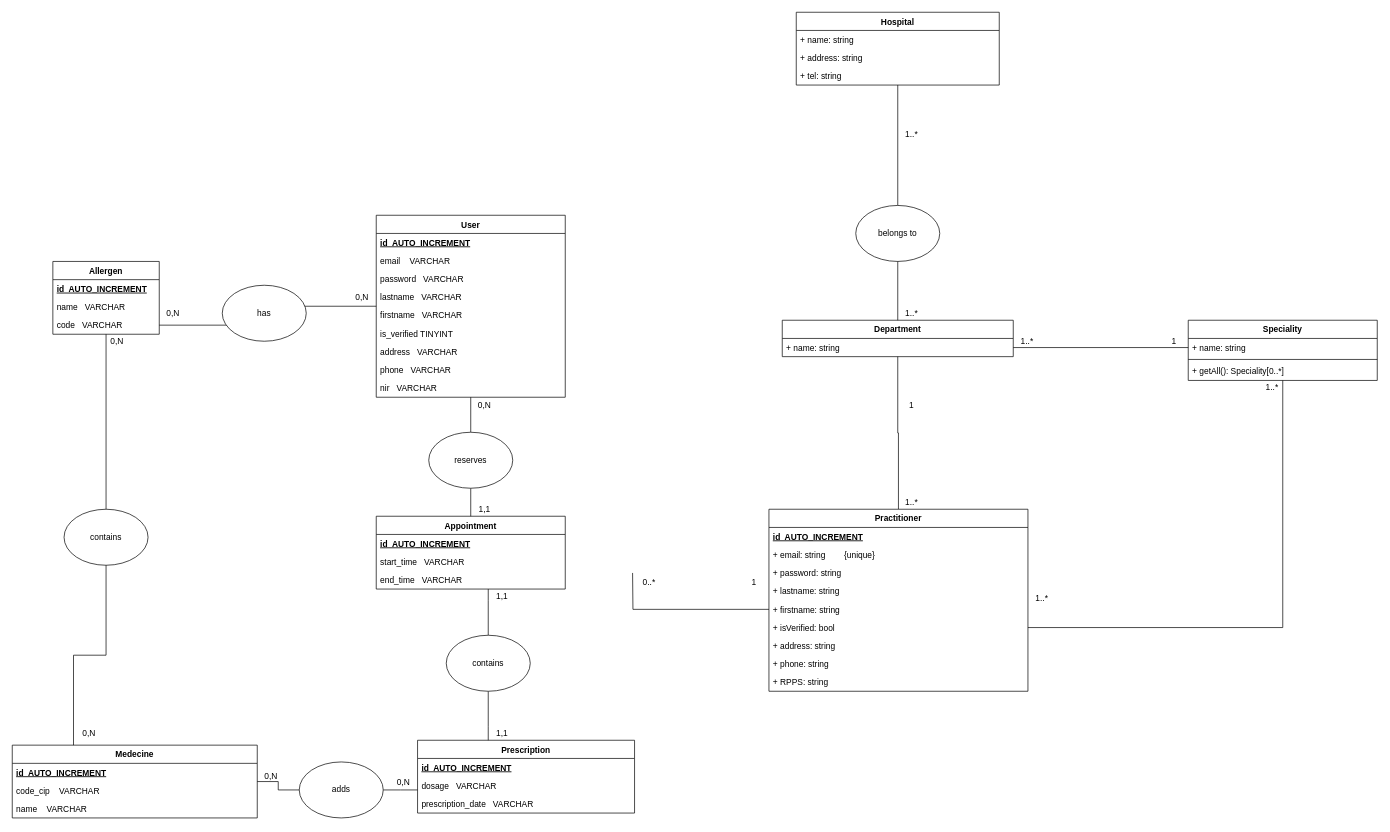
Above: page "MCD" (5 of 8) of wecare.drawio in pptech-ds/CDA-JS-WeCare (draw.io), before the change. Source tidied: cells renumbered, new cells numbered last; positions are measured from the earlier drawing's top-left corner, leaving out a move shared by most shapes. Both pictures are drawn from the tidied source at 70%, with x=0, y=0 at pixel (12, 12).
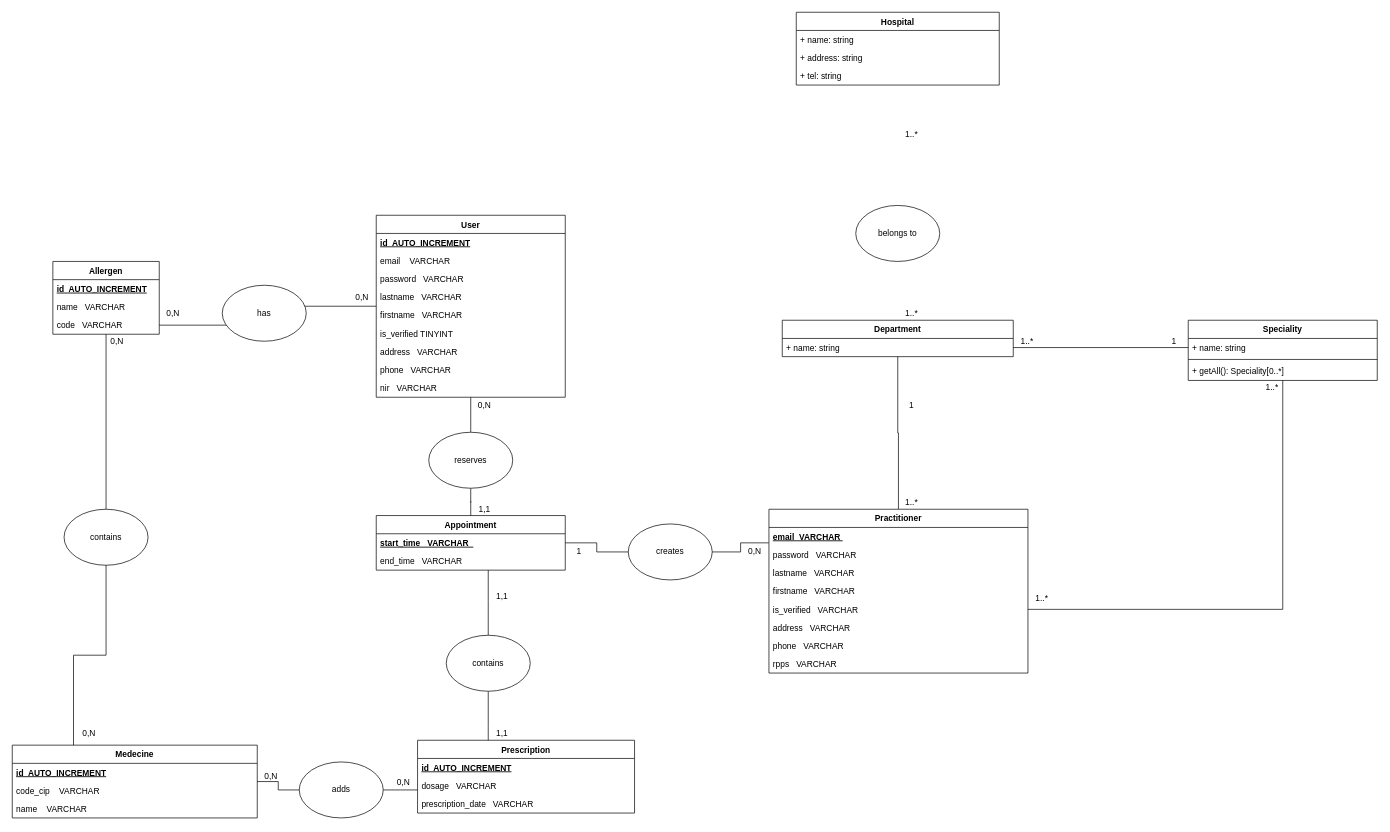
Above is the later version.

Unchanged cells that the change refers to:
```xml
<mxCell id="16" value="Hospital" style="swimlane;fontStyle=1;align=center;verticalAlign=top;horizontal=1;startSize=26;" parent="1" vertex="1">
  <mxGeometry x="1120" width="290" height="104" as="geometry" />
</mxCell>
<mxCell id="21" value="Department" style="swimlane;fontStyle=1;align=center;verticalAlign=top;horizontal=1;startSize=26;" parent="1" vertex="1">
  <mxGeometry x="1100" y="440" width="330" height="52" as="geometry" />
</mxCell>
<mxCell id="87" value="belongs to" style="ellipse;whiteSpace=wrap;html=1;" parent="1" vertex="1">
  <mxGeometry x="1205" y="276" width="120" height="80" as="geometry" />
</mxCell>
```

What changed in the source:
```diff
@@
-    <mxCell id="20" style="edgeStyle=orthogonalEdgeStyle;rounded=0;jettySize=auto;html=1;exitX=0.5;exitY=0;exitDx=0;exitDy=0;startArrow=none;startFill=0;endArrow=none;endFill=0;endSize=10;" parent="1" edge="1" source="87" target="16">
-      <mxGeometry relative="1" as="geometry" />
-    </mxCell>
@@
     <mxCell id="24" value="Practitioner" style="swimlane;fontStyle=1;align=center;verticalAlign=top;horizontal=1;startSize=26;" parent="1" vertex="1">
-      <mxGeometry x="1081" y="710" width="370" height="260" as="geometry" />
+      <mxGeometry x="1081" y="710" width="370" height="234" as="geometry" />
     </mxCell>
-    <mxCell id="25" value="id  AUTO_INCREMENT" style="text;strokeColor=none;fillColor=none;align=left;verticalAlign=top;spacingLeft=4;spacingRight=4;overflow=hidden;fontStyle=5;" parent="24" vertex="1">
-      <mxGeometry y="26" width="370" height="26" as="geometry" />
-    </mxCell>
-    <mxCell id="26" value="+ email: string        {unique}  " style="text;strokeColor=none;fillColor=none;align=left;verticalAlign=top;spacingLeft=4;spacingRight=4;overflow=hidden;points=[[0,0.5],[1,0.5]];portConstraint=eastwest;" parent="24" vertex="1">
-      <mxGeometry y="52" width="370" height="26" as="geometry" />
+    <mxCell id="26" value="email  VARCHAR " style="text;strokeColor=none;fillColor=none;align=left;verticalAlign=top;spacingLeft=4;spacingRight=4;overflow=hidden;points=[[0,0.5],[1,0.5]];portConstraint=eastwest;fontStyle=5;" parent="24" vertex="1">
+      <mxGeometry y="26" width="370" height="26" as="geometry" />
     </mxCell>
-    <mxCell id="27" value="+ password: string " style="text;strokeColor=none;fillColor=none;align=left;verticalAlign=top;spacingLeft=4;spacingRight=4;overflow=hidden;" parent="24" vertex="1">
-      <mxGeometry y="78" width="370" height="26" as="geometry" />
+    <mxCell id="27" value="password   VARCHAR" style="text;strokeColor=none;fillColor=none;align=left;verticalAlign=top;spacingLeft=4;spacingRight=4;overflow=hidden;" parent="24" vertex="1">
+      <mxGeometry y="52" width="370" height="26" as="geometry" />
     </mxCell>
-    <mxCell id="28" value="+ lastname: string " style="text;strokeColor=none;fillColor=none;align=left;verticalAlign=top;spacingLeft=4;spacingRight=4;overflow=hidden;" parent="24" vertex="1">
-      <mxGeometry y="104" width="370" height="26" as="geometry" />
+    <mxCell id="28" value="lastname   VARCHAR" style="text;strokeColor=none;fillColor=none;align=left;verticalAlign=top;spacingLeft=4;spacingRight=4;overflow=hidden;" parent="24" vertex="1">
+      <mxGeometry y="78" width="370" height="26" as="geometry" />
     </mxCell>
-    <mxCell id="29" value="+ firstname: string&#10;  " style="text;strokeColor=none;fillColor=none;align=left;verticalAlign=top;spacingLeft=4;spacingRight=4;overflow=hidden;points=[[0,0.5],[1,0.5]];portConstraint=eastwest;" parent="24" vertex="1">
-      <mxGeometry y="130" width="370" height="26" as="geometry" />
+    <mxCell id="29" value="firstname   VARCHAR&#10;  " style="text;strokeColor=none;fillColor=none;align=left;verticalAlign=top;spacingLeft=4;spacingRight=4;overflow=hidden;points=[[0,0.5],[1,0.5]];portConstraint=eastwest;" parent="24" vertex="1">
+      <mxGeometry y="104" width="370" height="26" as="geometry" />
     </mxCell>
-    <mxCell id="30" value="+ isVerified: bool  " style="text;strokeColor=none;fillColor=none;align=left;verticalAlign=top;spacingLeft=4;spacingRight=4;overflow=hidden;points=[[0,0.5],[1,0.5]];portConstraint=eastwest;" parent="24" vertex="1">
-      <mxGeometry y="156" width="370" height="26" as="geometry" />
+    <mxCell id="30" value="is_verified   VARCHAR" style="text;strokeColor=none;fillColor=none;align=left;verticalAlign=top;spacingLeft=4;spacingRight=4;overflow=hidden;points=[[0,0.5],[1,0.5]];portConstraint=eastwest;" parent="24" vertex="1">
+      <mxGeometry y="130" width="370" height="26" as="geometry" />
     </mxCell>
-    <mxCell id="31" value="+ address: string  " style="text;strokeColor=none;fillColor=none;align=left;verticalAlign=top;spacingLeft=4;spacingRight=4;overflow=hidden;" parent="24" vertex="1">
-      <mxGeometry y="182" width="370" height="26" as="geometry" />
+    <mxCell id="31" value="address   VARCHAR " style="text;strokeColor=none;fillColor=none;align=left;verticalAlign=top;spacingLeft=4;spacingRight=4;overflow=hidden;" parent="24" vertex="1">
+      <mxGeometry y="156" width="370" height="26" as="geometry" />
     </mxCell>
-    <mxCell id="32" value="+ phone: string  " style="text;strokeColor=none;fillColor=none;align=left;verticalAlign=top;spacingLeft=4;spacingRight=4;overflow=hidden;" parent="24" vertex="1">
-      <mxGeometry y="208" width="370" height="26" as="geometry" />
+    <mxCell id="32" value="phone   VARCHAR" style="text;strokeColor=none;fillColor=none;align=left;verticalAlign=top;spacingLeft=4;spacingRight=4;overflow=hidden;" parent="24" vertex="1">
+      <mxGeometry y="182" width="370" height="26" as="geometry" />
     </mxCell>
-    <mxCell id="33" value="+ RPPS: string  " style="text;strokeColor=none;fillColor=none;align=left;verticalAlign=top;spacingLeft=4;spacingRight=4;overflow=hidden;" parent="24" vertex="1">
-      <mxGeometry y="234" width="370" height="26" as="geometry" />
+    <mxCell id="33" value="rpps   VARCHAR" style="text;strokeColor=none;fillColor=none;align=left;verticalAlign=top;spacingLeft=4;spacingRight=4;overflow=hidden;" parent="24" vertex="1">
+      <mxGeometry y="208" width="370" height="26" as="geometry" />
     </mxCell>
@@
     <mxCell id="42" value="Appointment" style="swimlane;fontStyle=1;align=center;verticalAlign=top;horizontal=1;startSize=26;" parent="1" vertex="1">
-      <mxGeometry x="520" y="720" width="270" height="104" as="geometry" />
+      <mxGeometry x="520" y="719" width="270" height="78" as="geometry" />
     </mxCell>
-    <mxCell id="43" value="id  AUTO_INCREMENT" style="text;strokeColor=none;fillColor=none;align=left;verticalAlign=top;spacingLeft=4;spacingRight=4;overflow=hidden;fontStyle=5;" parent="42" vertex="1">
-      <mxGeometry y="26" width="270" height="26" as="geometry" />
-    </mxCell>
-    <mxCell id="44" value="start_time   VARCHAR  " style="text;strokeColor=none;fillColor=none;align=left;verticalAlign=top;spacingLeft=4;spacingRight=4;overflow=hidden;points=[[0,0.5],[1,0.5]];portConstraint=eastwest;" parent="42" vertex="1">
-      <mxGeometry y="52" width="270" height="26" as="geometry" />
+    <mxCell id="44" value="start_time   VARCHAR  " style="text;strokeColor=none;fillColor=none;align=left;verticalAlign=top;spacingLeft=4;spacingRight=4;overflow=hidden;points=[[0,0.5],[1,0.5]];portConstraint=eastwest;fontStyle=5;" parent="42" vertex="1">
+      <mxGeometry y="26" width="270" height="26" as="geometry" />
     </mxCell>
     <mxCell id="45" value="end_time   VARCHAR  " style="text;strokeColor=none;fillColor=none;align=left;verticalAlign=top;spacingLeft=4;spacingRight=4;overflow=hidden;" parent="42" vertex="1">
-      <mxGeometry y="78" width="270" height="26" as="geometry" />
+      <mxGeometry y="52" width="270" height="26" as="geometry" />
     </mxCell>
@@
-    <mxCell id="60" style="edgeStyle=orthogonalEdgeStyle;rounded=0;jettySize=auto;html=1;exitX=0;exitY=0.5;exitDx=0;exitDy=0;entryX=0.994;entryY=-0.192;entryDx=0;entryDy=0;entryPerimeter=0;startArrow=none;startFill=0;endArrow=none;endFill=0;endSize=10;" parent="1" edge="1" source="29">
-      <mxGeometry relative="1" as="geometry">
-        <mxPoint x="886.2" y="801" as="targetPoint" />
-      </mxGeometry>
-    </mxCell>
-    <mxCell id="61" value="0..*" style="text;html=1;strokeColor=none;fillColor=none;align=center;verticalAlign=middle;whiteSpace=wrap;rounded=0;" parent="1" vertex="1">
-      <mxGeometry x="890" y="805" width="40" height="20" as="geometry" />
+    <mxCell id="61" value="1" style="text;html=1;strokeColor=none;fillColor=none;align=center;verticalAlign=middle;whiteSpace=wrap;rounded=0;" parent="1" vertex="1">
+      <mxGeometry x="790" y="761" width="40" height="20" as="geometry" />
     </mxCell>
-    <mxCell id="62" value="1" style="text;html=1;strokeColor=none;fillColor=none;align=center;verticalAlign=middle;whiteSpace=wrap;rounded=0;" parent="1" vertex="1">
-      <mxGeometry x="1040" y="805" width="40" height="20" as="geometry" />
+    <mxCell id="62" value="0,N" style="text;html=1;strokeColor=none;fillColor=none;align=center;verticalAlign=middle;whiteSpace=wrap;rounded=0;" parent="1" vertex="1">
+      <mxGeometry x="1041" y="761" width="40" height="20" as="geometry" />
     </mxCell>
@@
-    <mxCell id="88" style="edgeStyle=orthogonalEdgeStyle;rounded=0;jettySize=auto;html=1;exitX=0.5;exitY=0;exitDx=0;exitDy=0;startArrow=none;startFill=0;endArrow=none;endFill=0;endSize=10;" parent="1" edge="1" source="21" target="87">
-      <mxGeometry relative="1" as="geometry" />
-    </mxCell>
+    <mxCell id="89" style="edgeStyle=orthogonalEdgeStyle;rounded=0;jettySize=auto;html=1;exitX=0;exitY=0.5;exitDx=0;exitDy=0;entryX=1;entryY=0.5;entryDx=0;entryDy=0;fontColor=#000000;endArrow=none;endFill=0;" parent="1" edge="1" source="90" target="44">
+      <mxGeometry relative="1" as="geometry" />
+    </mxCell>
+    <mxCell id="90" value="creates" style="ellipse;whiteSpace=wrap;html=1;" parent="1" vertex="1">
+      <mxGeometry x="880" y="731" width="120" height="80" as="geometry" />
+    </mxCell>
+    <mxCell id="91" style="edgeStyle=orthogonalEdgeStyle;rounded=0;jettySize=auto;html=1;exitX=-0.001;exitY=0.846;exitDx=0;exitDy=0;fontColor=#000000;endArrow=none;endFill=0;exitPerimeter=0;" parent="1" edge="1" source="26" target="90">
+      <mxGeometry relative="1" as="geometry" />
+    </mxCell>
```
